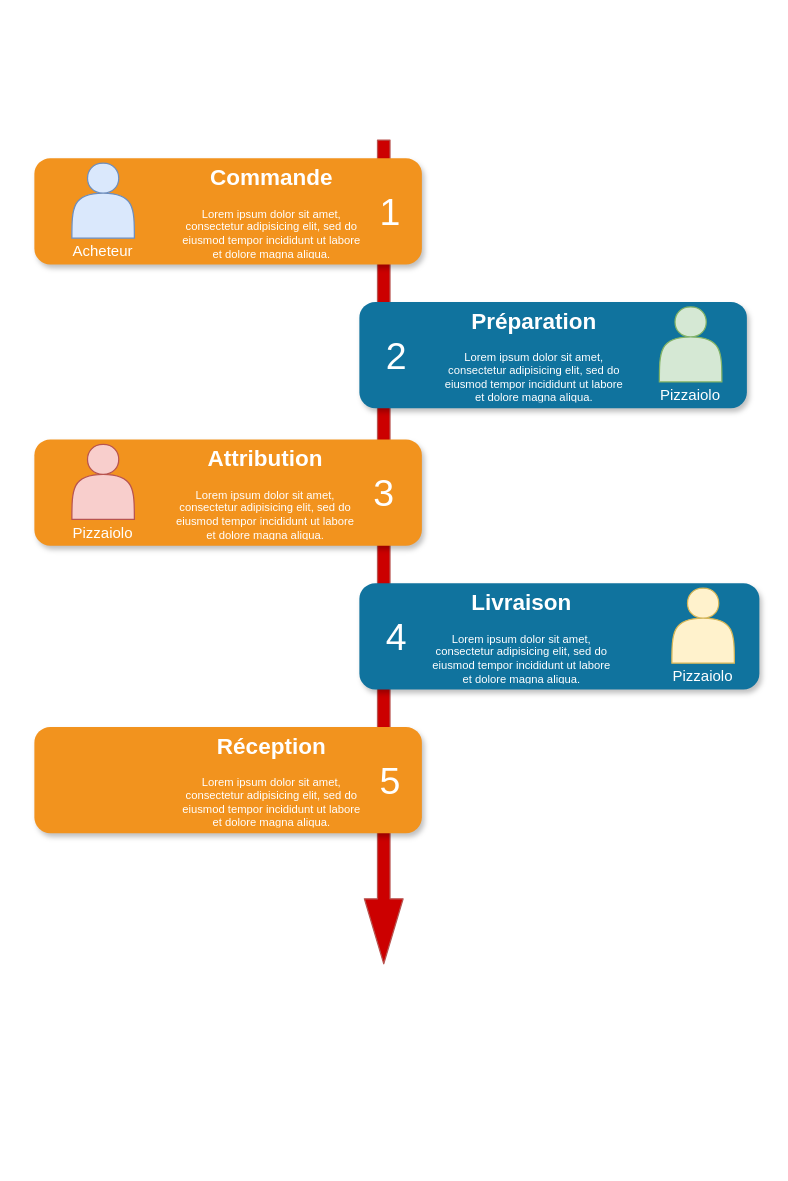
The draw.io diagram Untitled Diagram.drawio in Maayaavi/OC_Project_4, before the edit. Source tidied: cells renumbered, new cells numbered last; positions are measured from the earlier drawing's top-left corner, leaving out a move shared by most shapes. Both pictures are drawn from the tidied source at 125%, with x=0, y=0 at pixel (34, 139). Pictures stored in the file or linked from it are replaced by grey dashed boxes.
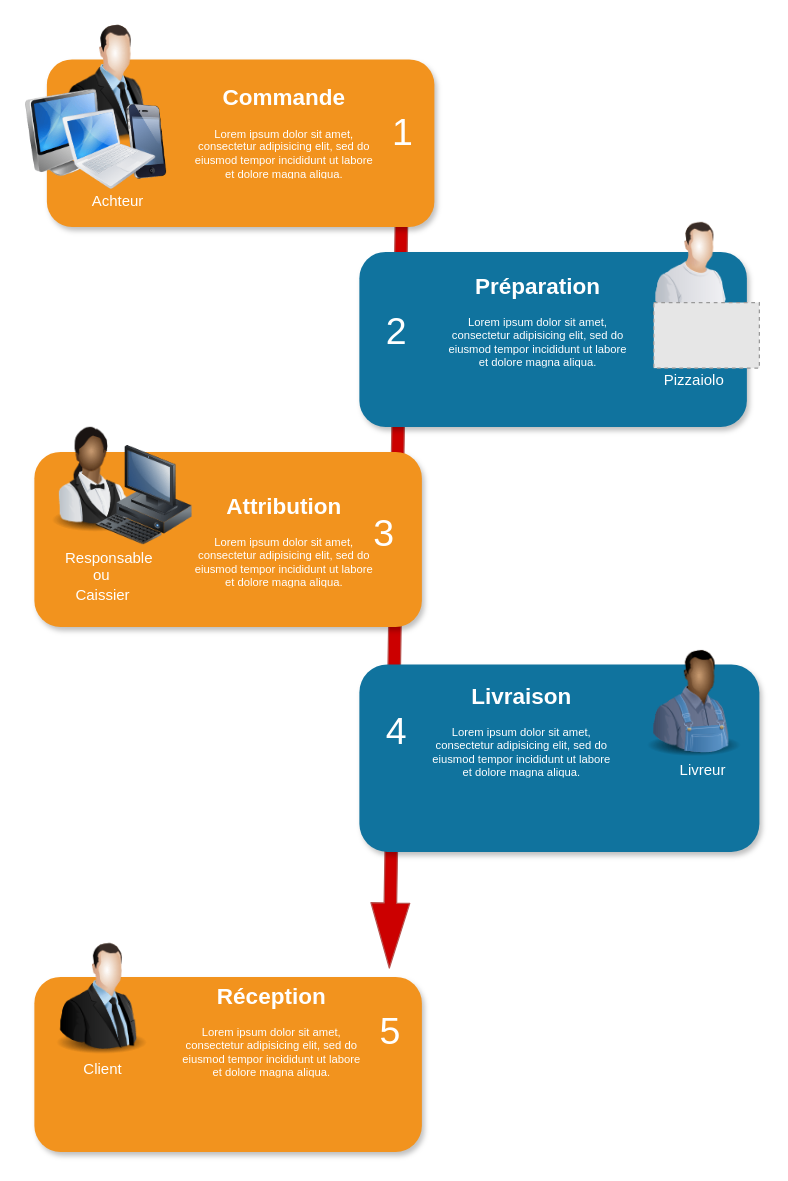
After the change.

What changed in the source:
```diff
@@
-    <mxCell id="2" style="shape=flexArrow;endArrow=classic;html=1;fillColor=#CC0000;strokeColor=#b85450;endSize=17;startSize=6;" parent="1" edge="1">
-      <mxGeometry relative="1" as="geometry">
-        <mxPoint x="279.5" as="sourcePoint" />
-        <mxPoint x="279.5" y="660" as="targetPoint" />
-      </mxGeometry>
+    <mxCell id="2" style="shape=flexArrow;endArrow=classic;html=1;fillColor=#CC0000;strokeColor=#b85450;endSize=17;startSize=6;exitX=0.5;exitY=0;exitDx=0;exitDy=0;entryX=0.916;entryY=-0.047;entryDx=0;entryDy=0;entryPerimeter=0;" parent="1" edge="1" source="4" target="11">
+      <mxGeometry relative="1" as="geometry" />
     </mxCell>
     <mxCell id="3" style="rounded=1;whiteSpace=wrap;html=1;strokeColor=none;strokeWidth=1;fillColor=#F2931E;fontSize=13;fontColor=#FFFFFF;align=center;gradientColor=none;gradientDirection=east;verticalAlign=top;shadow=1;" parent="1" vertex="1">
-      <mxGeometry y="15" width="310" height="85" as="geometry" />
+      <mxGeometry x="10" y="-64" width="310" height="134" as="geometry" />
     </mxCell>
     <mxCell id="4" value="1" style="text;html=1;strokeColor=none;fillColor=none;align=center;verticalAlign=middle;whiteSpace=wrap;fontSize=30;fontColor=#FFFFFF;" parent="1" vertex="1">
-      <mxGeometry x="265" y="47.5" width="40" height="20" as="geometry" />
+      <mxGeometry x="275" y="-16.5" width="40" height="20" as="geometry" />
     </mxCell>
     <mxCell id="5" style="rounded=1;whiteSpace=wrap;html=1;strokeColor=none;strokeWidth=1;fillColor=#10739E;fontSize=13;fontColor=#FFFFFF;align=center;gradientColor=none;gradientDirection=east;verticalAlign=top;shadow=1;" parent="1" vertex="1">
-      <mxGeometry x="260" y="130" width="310" height="85" as="geometry" />
+      <mxGeometry x="260" y="90" width="310" height="140" as="geometry" />
     </mxCell>
     <mxCell id="6" value="2" style="text;html=1;strokeColor=none;fillColor=none;align=center;verticalAlign=middle;whiteSpace=wrap;fontSize=30;fontColor=#FFFFFF;" parent="1" vertex="1">
-      <mxGeometry x="270" y="163" width="40" height="20" as="geometry" />
+      <mxGeometry x="270" y="142.5" width="40" height="20" as="geometry" />
     </mxCell>
     <mxCell id="7" style="rounded=1;whiteSpace=wrap;html=1;strokeColor=none;strokeWidth=1;fillColor=#F2931E;fontSize=13;fontColor=#FFFFFF;align=center;gradientColor=none;gradientDirection=east;verticalAlign=top;shadow=1;" parent="1" vertex="1">
-      <mxGeometry y="240" width="310" height="85" as="geometry" />
+      <mxGeometry y="250" width="310" height="140" as="geometry" />
     </mxCell>
     <mxCell id="8" value="3" style="text;html=1;strokeColor=none;fillColor=none;align=center;verticalAlign=middle;whiteSpace=wrap;fontSize=30;fontColor=#FFFFFF;" parent="1" vertex="1">
-      <mxGeometry x="260" y="272.5" width="40" height="20" as="geometry" />
+      <mxGeometry x="260" y="305" width="40" height="20" as="geometry" />
     </mxCell>
     <mxCell id="9" style="rounded=1;whiteSpace=wrap;html=1;strokeColor=none;strokeWidth=1;fillColor=#10739E;fontSize=13;fontColor=#FFFFFF;align=center;gradientColor=none;gradientDirection=east;verticalAlign=top;shadow=1;" parent="1" vertex="1">
-      <mxGeometry x="260" y="355" width="320" height="85" as="geometry" />
+      <mxGeometry x="260" y="420" width="320" height="150" as="geometry" />
     </mxCell>
     <mxCell id="10" value="4" style="text;html=1;strokeColor=none;fillColor=none;align=center;verticalAlign=middle;whiteSpace=wrap;fontSize=30;fontColor=#FFFFFF;" parent="1" vertex="1">
-      <mxGeometry x="270" y="388" width="40" height="20" as="geometry" />
+      <mxGeometry x="270" y="463" width="40" height="20" as="geometry" />
     </mxCell>
     <mxCell id="11" style="rounded=1;whiteSpace=wrap;html=1;strokeColor=none;strokeWidth=1;fillColor=#F2931E;fontSize=13;fontColor=#FFFFFF;align=center;gradientColor=none;gradientDirection=east;verticalAlign=top;shadow=1;" parent="1" vertex="1">
-      <mxGeometry y="470" width="310" height="85" as="geometry" />
+      <mxGeometry y="670" width="310" height="140" as="geometry" />
     </mxCell>
     <mxCell id="12" value="5" style="text;html=1;strokeColor=none;fillColor=none;align=center;verticalAlign=middle;whiteSpace=wrap;fontSize=30;fontColor=#FFFFFF;" parent="1" vertex="1">
-      <mxGeometry x="265" y="502.5" width="40" height="20" as="geometry" />
+      <mxGeometry x="265" y="702.5" width="40" height="20" as="geometry" />
     </mxCell>
     <mxCell id="13" value="&lt;h1&gt;Commande&lt;/h1&gt;&lt;p&gt;Lorem ipsum dolor sit amet, consectetur adipisicing elit, sed do eiusmod tempor incididunt ut labore et dolore magna aliqua.&lt;/p&gt;" style="text;html=1;spacing=5;spacingTop=-20;whiteSpace=wrap;overflow=hidden;strokeColor=none;strokeWidth=4;fillColor=none;gradientColor=#007FFF;fontSize=9;fontColor=#FFFFFF;align=center;" parent="1" vertex="1">
-      <mxGeometry x="110" y="19" width="160" height="77" as="geometry" />
+      <mxGeometry x="120" y="-45" width="160" height="77" as="geometry" />
     </mxCell>
     <mxCell id="14" value="&lt;h1&gt;Préparation&lt;/h1&gt;&lt;p&gt;Lorem ipsum dolor sit amet, consectetur adipisicing elit, sed do eiusmod tempor incididunt ut labore et dolore magna aliqua.&lt;/p&gt;" style="text;html=1;spacing=5;spacingTop=-20;whiteSpace=wrap;overflow=hidden;strokeColor=none;strokeWidth=4;fillColor=none;gradientColor=#007FFF;fontSize=9;fontColor=#FFFFFF;align=center;" parent="1" vertex="1">
-      <mxGeometry x="320" y="134" width="160" height="77" as="geometry" />
+      <mxGeometry x="322.5" y="106" width="160" height="77" as="geometry" />
     </mxCell>
     <mxCell id="15" value="&lt;h1&gt;Attribution&lt;/h1&gt;&lt;p&gt;Lorem ipsum dolor sit amet, consectetur adipisicing elit, sed do eiusmod tempor incididunt ut labore et dolore magna aliqua.&lt;/p&gt;" style="text;html=1;spacing=5;spacingTop=-20;whiteSpace=wrap;overflow=hidden;strokeColor=none;strokeWidth=4;fillColor=none;gradientColor=#007FFF;fontSize=9;fontColor=#FFFFFF;align=center;" parent="1" vertex="1">
-      <mxGeometry x="105" y="244" width="160" height="77" as="geometry" />
+      <mxGeometry x="120" y="281.5" width="160" height="77" as="geometry" />
     </mxCell>
     <mxCell id="16" value="&lt;h1&gt;Livraison&lt;/h1&gt;&lt;p&gt;Lorem ipsum dolor sit amet, consectetur adipisicing elit, sed do eiusmod tempor incididunt ut labore et dolore magna aliqua.&lt;/p&gt;" style="text;html=1;spacing=5;spacingTop=-20;whiteSpace=wrap;overflow=hidden;strokeColor=none;strokeWidth=4;fillColor=none;gradientColor=#007FFF;fontSize=9;fontColor=#FFFFFF;align=center;" parent="1" vertex="1">
-      <mxGeometry x="310" y="359" width="160" height="77" as="geometry" />
+      <mxGeometry x="310" y="434" width="160" height="77" as="geometry" />
     </mxCell>
     <mxCell id="17" value="&lt;h1&gt;Réception&lt;/h1&gt;&lt;p&gt;Lorem ipsum dolor sit amet, consectetur adipisicing elit, sed do eiusmod tempor incididunt ut labore et dolore magna aliqua.&lt;/p&gt;" style="text;html=1;spacing=5;spacingTop=-20;whiteSpace=wrap;overflow=hidden;strokeColor=none;strokeWidth=4;fillColor=none;gradientColor=#007FFF;fontSize=9;fontColor=#FFFFFF;align=center;" parent="1" vertex="1">
-      <mxGeometry x="110" y="474" width="160" height="77" as="geometry" />
+      <mxGeometry x="110" y="674" width="160" height="77" as="geometry" />
     </mxCell>
-    <mxCell id="18" style="shape=actor;whiteSpace=wrap;html=1;fillColor=#dae8fc;strokeColor=#6c8ebf;" parent="1" vertex="1">
-      <mxGeometry x="30" y="19" width="50" height="60" as="geometry" />
-    </mxCell>
-    <mxCell id="19" value="Acheteur" style="text;html=1;strokeColor=none;fillColor=none;align=center;verticalAlign=middle;whiteSpace=wrap;rounded=0;fontColor=#FFFFFF;" parent="1" vertex="1">
-      <mxGeometry x="35" y="80" width="40" height="20" as="geometry" />
-    </mxCell>
-    <mxCell id="20" style="shape=actor;whiteSpace=wrap;html=1;fillColor=#d5e8d4;strokeColor=#82b366;" parent="1" vertex="1">
-      <mxGeometry x="500" y="134" width="50" height="60" as="geometry" />
-    </mxCell>
     <mxCell id="21" value="Pizzaiolo" style="text;html=1;align=center;verticalAlign=middle;whiteSpace=wrap;rounded=0;fontColor=#FFFFFF;" parent="1" vertex="1">
-      <mxGeometry x="505" y="195" width="40" height="20" as="geometry" />
+      <mxGeometry x="507.5" y="183" width="40" height="20" as="geometry" />
     </mxCell>
-    <mxCell id="22" style="shape=actor;whiteSpace=wrap;html=1;fillColor=#f8cecc;strokeColor=#b85450;" parent="1" vertex="1">
-      <mxGeometry x="30" y="244" width="50" height="60" as="geometry" />
-    </mxCell>
-    <mxCell id="23" value="Pizzaiolo" style="text;html=1;align=center;verticalAlign=middle;whiteSpace=wrap;rounded=0;fontColor=#FFFFFF;" parent="1" vertex="1">
-      <mxGeometry x="35" y="305" width="40" height="20" as="geometry" />
+    <mxCell id="23" value="Responsable" style="text;html=1;align=center;verticalAlign=middle;whiteSpace=wrap;rounded=0;fontColor=#FFFFFF;" parent="1" vertex="1">
+      <mxGeometry x="40" y="325" width="40" height="20" as="geometry" />
     </mxCell>
-    <mxCell id="24" style="shape=actor;whiteSpace=wrap;html=1;fillColor=#fff2cc;strokeColor=#d6b656;" parent="1" vertex="1">
-      <mxGeometry x="510" y="359" width="50" height="60" as="geometry" />
-    </mxCell>
-    <mxCell id="25" value="Pizzaiolo" style="text;html=1;align=center;verticalAlign=middle;whiteSpace=wrap;rounded=0;fontColor=#FFFFFF;" parent="1" vertex="1">
-      <mxGeometry x="515" y="420" width="40" height="20" as="geometry" />
+    <mxCell id="25" value="Livreur" style="text;html=1;align=center;verticalAlign=middle;whiteSpace=wrap;rounded=0;fontColor=#FFFFFF;" parent="1" vertex="1">
+      <mxGeometry x="515" y="495" width="40" height="20" as="geometry" />
     </mxCell>
+    <mxCell id="26" value="Client" style="text;html=1;align=center;verticalAlign=middle;whiteSpace=wrap;rounded=0;fontColor=#FFFFFF;" parent="1" vertex="1">
+      <mxGeometry x="35" y="734" width="40" height="20" as="geometry" />
+    </mxCell>
+    <mxCell id="27" style="image;html=1;labelBackgroundColor=#ffffff;image=img/lib/clip_art/people/Suit_Man_128x128.png;fontColor=#FFFFFF;" parent="1" vertex="1">
+      <mxGeometry x="10" y="-94" width="100" height="97.5" as="geometry" />
+    </mxCell>
+    <mxCell id="28" style="image;html=1;labelBackgroundColor=#ffffff;image=img/lib/clip_art/computers/iMac_128x128.png;fontColor=#FFFFFF;" parent="1" vertex="1">
+      <mxGeometry x="-10" y="-40" width="67" height="70" as="geometry" />
+    </mxCell>
+    <mxCell id="29" style="image;html=1;labelBackgroundColor=#ffffff;image=img/lib/clip_art/telecommunication/iPhone_128x128.png;fontColor=#FFFFFF;" parent="1" vertex="1">
+      <mxGeometry x="60" y="-28" width="60" height="60" as="geometry" />
+    </mxCell>
+    <mxCell id="30" style="image;html=1;labelBackgroundColor=#ffffff;image=img/lib/clip_art/computers/MacBook_128x128.png;fontColor=#FFFFFF;" parent="1" vertex="1">
+      <mxGeometry x="20" y="-24" width="80" height="64" as="geometry" />
+    </mxCell>
+    <mxCell id="31" style="image;html=1;labelBackgroundColor=#ffffff;image=img/lib/clip_art/people/Worker_Man_128x128.png;fontColor=#FFFFFF;" parent="1" vertex="1">
+      <mxGeometry x="482.5" y="54" width="90" height="98" as="geometry" />
+    </mxCell>
+    <mxCell id="32" style="image;html=1;labelBackgroundColor=#ffffff;image=img/lib/clip_art/people/Farmer_Man_Black_128x128.png;fontColor=#FFFFFF;" parent="1" vertex="1">
+      <mxGeometry x="480" y="400" width="95" height="95" as="geometry" />
+    </mxCell>
+    <mxCell id="33" style="image;html=1;labelBackgroundColor=#ffffff;image=img/lib/clip_art/people/Waiter_Woman_Black_128x128.png;fontColor=#FFFFFF;" parent="1" vertex="1">
+      <mxGeometry y="220" width="95" height="95" as="geometry" />
+    </mxCell>
+    <mxCell id="34" style="image;html=1;labelBackgroundColor=#ffffff;image=img/lib/clip_art/people/Suit_Man_128x128.png;fontColor=#FFFFFF;" parent="1" vertex="1">
+      <mxGeometry x="7.5" y="640" width="92.5" height="94" as="geometry" />
+    </mxCell>
+    <mxCell id="35" style="image;html=1;labelBackgroundColor=#ffffff;image=img/lib/clip_art/computers/Workstation_128x128.png;fontColor=#FFFFFF;flipH=1;" parent="1" vertex="1">
+      <mxGeometry x="47" y="245" width="80" height="80" as="geometry" />
+    </mxCell>
+    <mxCell id="36" style="fillColor=#E6E6E6;strokeColor=#999999;dashed=1;verticalLabelPosition=bottom;verticalAlign=top;fontColor=#FFFFFF;" parent="1" vertex="1">
+      <mxGeometry x="495.5" y="130.5" width="84.5" height="52.5" as="geometry" />
+    </mxCell>
+    <mxCell id="37" value="Achteur" style="text;html=1;align=center;verticalAlign=middle;whiteSpace=wrap;rounded=0;fontColor=#FFFFFF;" parent="1" vertex="1">
+      <mxGeometry x="47" y="40" width="40" height="20" as="geometry" />
+    </mxCell>
+    <mxCell id="38" value="Caissier" style="text;html=1;align=center;verticalAlign=middle;whiteSpace=wrap;rounded=0;fontColor=#FFFFFF;" parent="1" vertex="1">
+      <mxGeometry x="35" y="355" width="40" height="20" as="geometry" />
+    </mxCell>
+    <mxCell id="39" value="ou" style="text;html=1;align=center;verticalAlign=middle;whiteSpace=wrap;rounded=0;fontColor=#FFFFFF;" parent="1" vertex="1">
+      <mxGeometry x="33.8" y="338.5" width="40" height="20" as="geometry" />
+    </mxCell>
```
